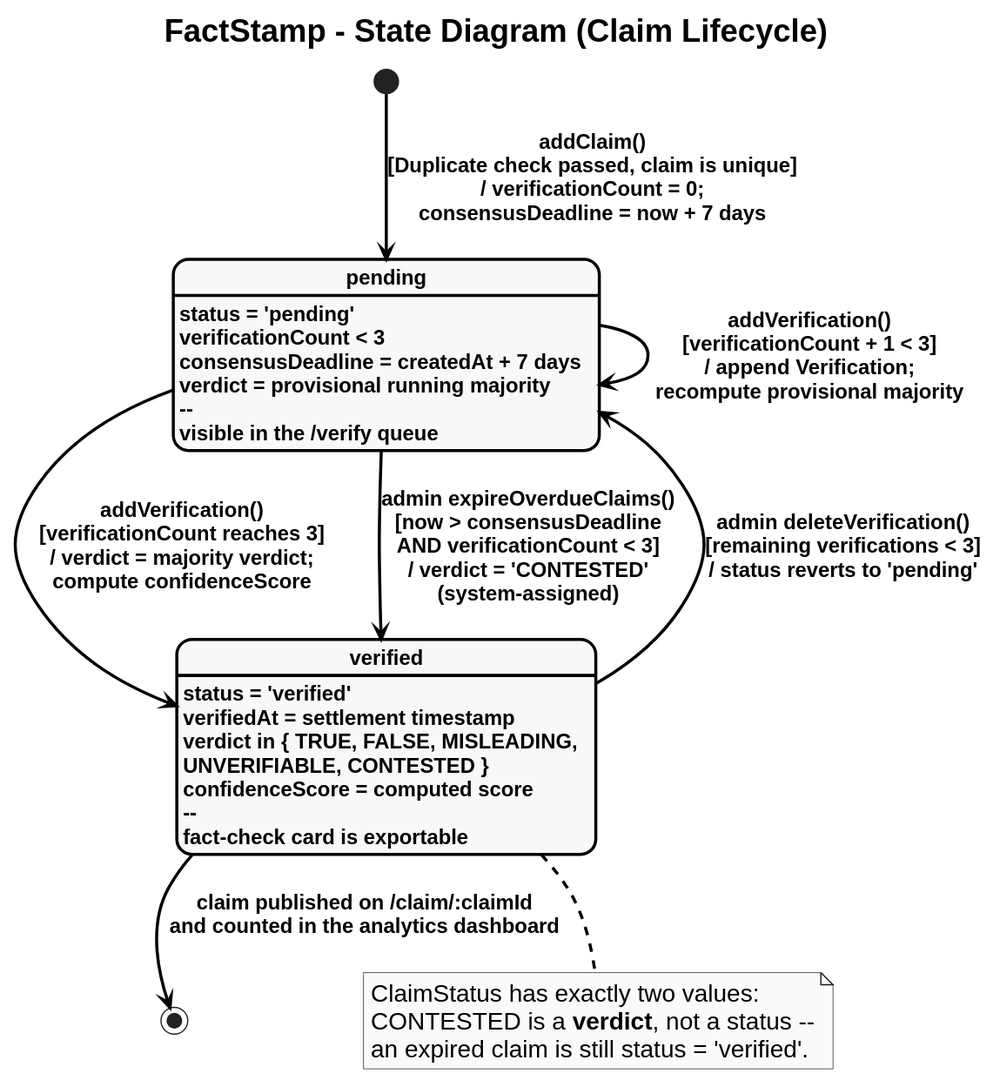
This is FactStamp/main_blackbook/03_Requirements_and_Analysis/attachments/state_diagram.svg from aadish0day/typst, a PlantUML export, as it was before one commit. Its diagram source:
```plantuml
@startuml
skinparam style strictuml
skinparam monochrome true
skinparam defaultFontName "Liberation Sans"
skinparam defaultFontSize 20
skinparam defaultFontStyle bold
skinparam titleFontSize 26
skinparam titleFontStyle bold

skinparam backgroundColor white
skinparam ArrowColor black
skinparam ArrowThickness 2.5
skinparam ArrowFontSize 17
skinparam ArrowFontStyle bold

skinparam UsecaseBorderColor black
skinparam UsecaseBorderThickness 2.5
skinparam UsecaseBackgroundColor #F8F9FA
skinparam UsecaseFontSize 19
skinparam UsecaseFontStyle bold

skinparam ActorBorderColor black
skinparam ActorBorderThickness 2.5
skinparam ActorBackgroundColor #FFFFFF
skinparam ActorFontSize 20
skinparam ActorFontStyle bold

skinparam RectangleBorderColor black
skinparam RectangleBorderThickness 2.5
skinparam RectangleBackgroundColor transparent
skinparam RectangleFontSize 20
skinparam RectangleFontStyle bold

title FactStamp - State Diagram (Claim Lifecycle)

skinparam StateBorderColor black
skinparam StateBorderThickness 2.5
skinparam StateBackgroundColor #F8F9FA
skinparam StateFontSize 21
skinparam StateFontStyle bold
skinparam StateAttributeFontSize 17
skinparam nodesep 40
skinparam ranksep 55

state "pending" as Pending {
}
Pending : status = 'pending'
Pending : verificationCount < 3
Pending : consensusDeadline = createdAt + 7 days
Pending : verdict = provisional running majority
Pending : --
Pending : visible in the /verify queue

state "verified" as Verified {
}
Verified : status = 'verified'
Verified : verifiedAt = settlement timestamp
Verified : verdict in { TRUE, FALSE, MISLEADING,
Verified : UNVERIFIABLE, CONTESTED }
Verified : confidenceScore = computed score
Verified : --
Verified : fact-check card is exportable

[*] --> Pending : addClaim()\n[Duplicate check passed, claim is unique]\n/ verificationCount = 0;\nconsensusDeadline = now + 7 days

Pending --> Pending : addVerification()\n[verificationCount + 1 < 3]\n/ append Verification;\nrecompute provisional majority

Pending --> Verified : addVerification()\n[verificationCount reaches 3]\n/ verdict = majority verdict;\ncompute confidenceScore

Pending --> Verified : admin expireOverdueClaims()\n[now > consensusDeadline\nAND verificationCount < 3]\n/ verdict = 'CONTESTED'\n(system-assigned)

Verified --> Pending : admin deleteVerification()\n[remaining verifications < 3]\n/ status reverts to 'pending'

Verified --> [*] : claim published on /claim/:claimId\nand counted in the analytics dashboard

note bottom of Verified
  ClaimStatus has exactly two values:
  CONTESTED is a **verdict**, not a status --
  an expired claim is still status = 'verified'.
end note
@enduml
```
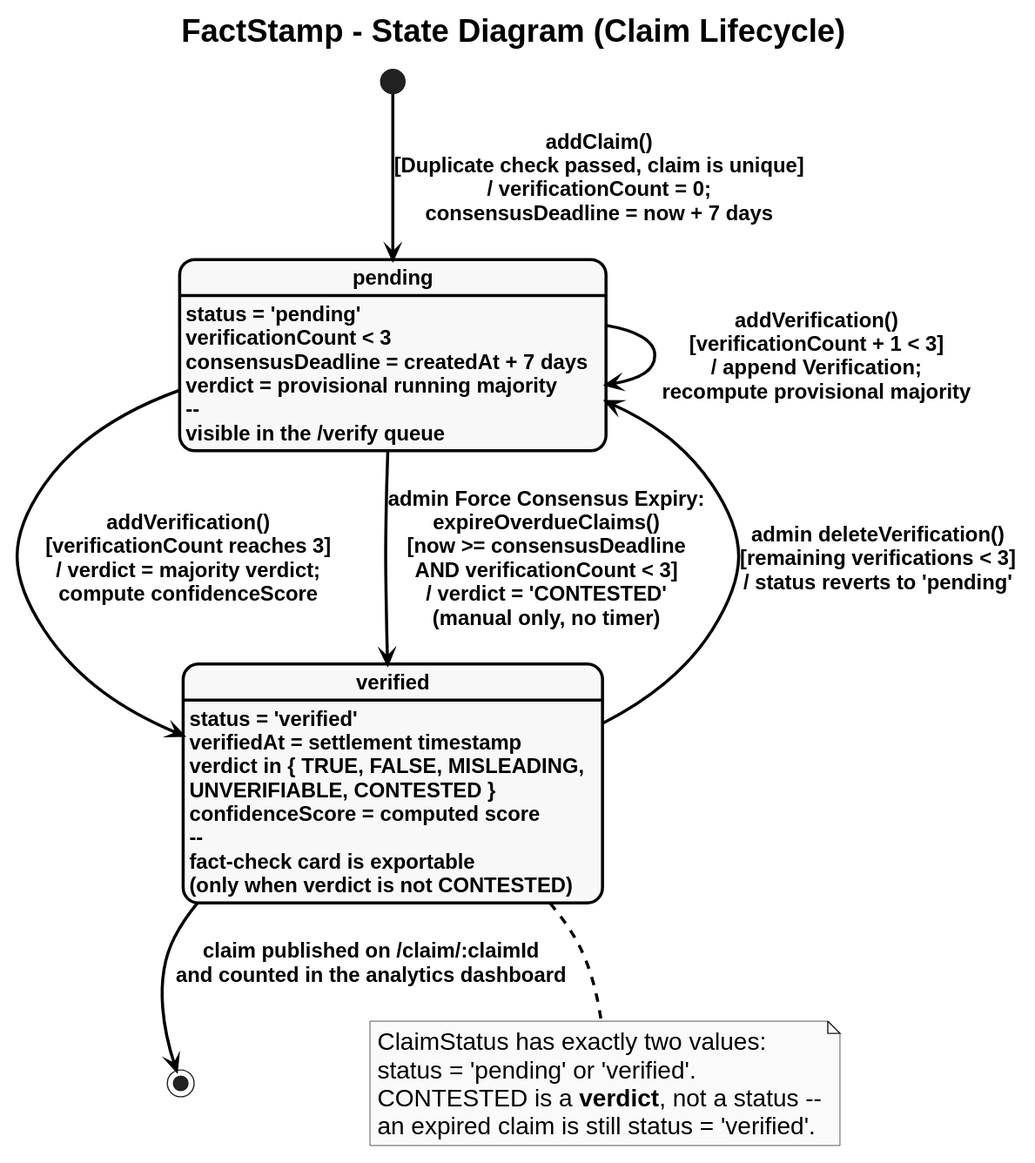
After the commit.

Diff of the diagram source:
```diff
@@ -60,6 +60,7 @@
 Verified : confidenceScore = computed score
 Verified : --
 Verified : fact-check card is exportable
+Verified : (only when verdict is not CONTESTED)
 
 [*] --> Pending : addClaim()\n[Duplicate check passed, claim is unique]\n/ verificationCount = 0;\nconsensusDeadline = now + 7 days
 
@@ -67,7 +68,7 @@
 
 Pending --> Verified : addVerification()\n[verificationCount reaches 3]\n/ verdict = majority verdict;\ncompute confidenceScore
 
-Pending --> Verified : admin expireOverdueClaims()\n[now > consensusDeadline\nAND verificationCount < 3]\n/ verdict = 'CONTESTED'\n(system-assigned)
+Pending --> Verified : admin Force Consensus Expiry:\nexpireOverdueClaims()\n[now >= consensusDeadline\nAND verificationCount < 3]\n/ verdict = 'CONTESTED'\n(manual only, no timer)
 
 Verified --> Pending : admin deleteVerification()\n[remaining verifications < 3]\n/ status reverts to 'pending'
 
@@ -75,6 +76,7 @@
 
 note bottom of Verified
   ClaimStatus has exactly two values:
+  status = 'pending' or 'verified'.
   CONTESTED is a **verdict**, not a status --
   an expired claim is still status = 'verified'.
 end note
```
